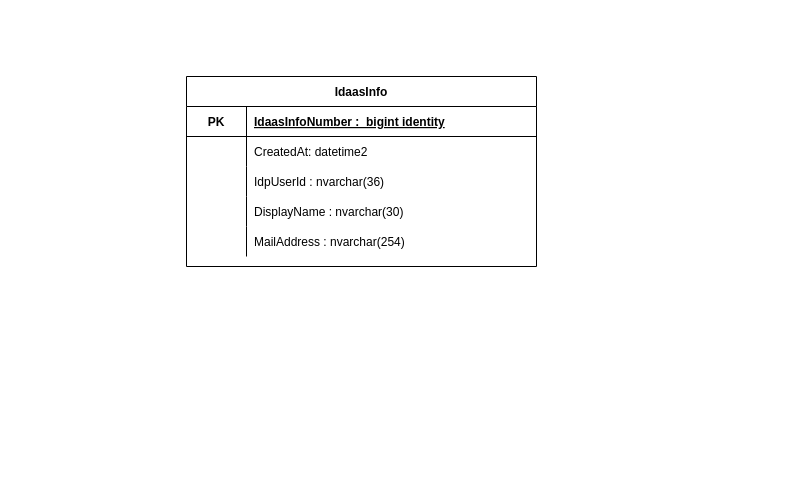
AlterEnter/UsedCar.Backend keeps this draw.io diagram as docs/persistence-modeling/er-diagram.drawio. Above is the earlier version. Source tidied: cells renumbered, new cells numbered last; positions are measured from the earlier drawing's top-left corner, leaving out a move shared by most shapes. Both pictures are drawn from the tidied source at 100%, with x=0, y=0 at pixel (36, 16).
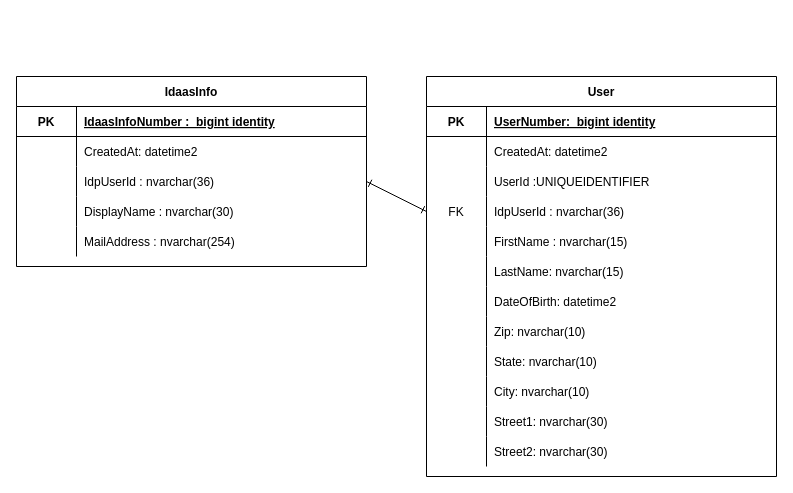
The same diagram, later.

Commit message (it also covers changes not shown here):
Userテーブル作成、ER図修正

Unchanged cells that the change refers to:
```xml
<mxCell id="11" style="shape=partialRectangle;fillColor=none;top=0;left=0;bottom=0;right=0;points=[[0,0.5],[1,0.5]];portConstraint=eastwest;" parent="4" vertex="1">
  <mxGeometry y="90" width="350" height="30" as="geometry" />
</mxCell>
```

The edit, as a diff of the source:
```diff
@@
     <mxCell id="4" value="IdaasInfo" style="shape=table;startSize=30;childLayout=tableLayout;rowLines=0;fontStyle=1;align=center;" parent="1" vertex="1">
-      <mxGeometry x="150" y="60" width="350" height="190" as="geometry" />
+      <mxGeometry x="-20" y="60" width="350" height="190" as="geometry" />
     </mxCell>
@@
+    <mxCell id="20" value="User" style="shape=table;startSize=30;childLayout=tableLayout;rowLines=0;fontStyle=1;align=center;" parent="1" vertex="1">
+      <mxGeometry x="390" y="60" width="350" height="400" as="geometry" />
+    </mxCell>
+    <mxCell id="21" style="shape=partialRectangle;fillColor=none;top=0;left=0;bottom=1;right=0;" parent="20" vertex="1">
+      <mxGeometry y="30" width="350" height="30" as="geometry" />
+    </mxCell>
+    <mxCell id="22" value="PK" style="shape=partialRectangle;fillColor=none;top=0;left=0;bottom=0;right=0;fontStyle=1;overflow=hidden;" parent="21" vertex="1">
+      <mxGeometry width="60" height="30" as="geometry" />
+    </mxCell>
+    <mxCell id="23" value="UserNumber:  bigint identity" style="shape=partialRectangle;fillColor=none;top=0;left=0;bottom=0;right=0;align=left;spacingLeft=6;fontStyle=5;overflow=hidden;" parent="21" vertex="1">
+      <mxGeometry x="60" width="290" height="30" as="geometry" />
+    </mxCell>
+    <mxCell id="24" style="shape=partialRectangle;fillColor=none;top=0;left=0;bottom=0;right=0;" parent="20" vertex="1">
+      <mxGeometry y="60" width="350" height="30" as="geometry" />
+    </mxCell>
+    <mxCell id="25" style="shape=partialRectangle;fillColor=none;top=0;left=0;bottom=0;right=0;overflow=hidden;" parent="24" vertex="1">
+      <mxGeometry width="60" height="30" as="geometry" />
+    </mxCell>
+    <mxCell id="26" value="CreatedAt: datetime2" style="shape=partialRectangle;fillColor=none;top=0;left=0;bottom=0;right=0;align=left;spacingLeft=6;overflow=hidden;" parent="24" vertex="1">
+      <mxGeometry x="60" width="290" height="30" as="geometry" />
+    </mxCell>
+    <mxCell id="27" style="shape=partialRectangle;fillColor=none;top=0;left=0;bottom=0;right=0;" parent="20" vertex="1">
+      <mxGeometry y="90" width="350" height="30" as="geometry" />
+    </mxCell>
+    <mxCell id="28" style="shape=partialRectangle;fillColor=none;top=0;left=0;bottom=0;right=0;overflow=hidden;" parent="27" vertex="1">
+      <mxGeometry width="60" height="30" as="geometry" />
+    </mxCell>
+    <mxCell id="29" value="UserId :UNIQUEIDENTIFIER" style="shape=partialRectangle;fillColor=none;top=0;left=0;bottom=0;right=0;align=left;spacingLeft=6;overflow=hidden;" parent="27" vertex="1">
+      <mxGeometry x="60" width="290" height="30" as="geometry" />
+    </mxCell>
+    <mxCell id="30" style="shape=partialRectangle;fillColor=none;top=0;left=0;bottom=0;right=0;points=[[0,0.5],[1,0.5]];portConstraint=eastwest;" parent="20" vertex="1">
+      <mxGeometry y="120" width="350" height="30" as="geometry" />
+    </mxCell>
+    <mxCell id="31" value="FK" style="shape=partialRectangle;fillColor=none;top=0;left=0;bottom=0;right=0;overflow=hidden;" parent="30" vertex="1">
+      <mxGeometry width="60" height="30" as="geometry" />
+    </mxCell>
+    <mxCell id="32" value="IdpUserId : nvarchar(36)" style="shape=partialRectangle;fillColor=none;top=0;left=0;bottom=0;right=0;align=left;spacingLeft=6;overflow=hidden;" parent="30" vertex="1">
+      <mxGeometry x="60" width="290" height="30" as="geometry" />
+    </mxCell>
+    <mxCell id="33" style="shape=partialRectangle;fillColor=none;top=0;left=0;bottom=0;right=0;" parent="20" vertex="1">
+      <mxGeometry y="150" width="350" height="30" as="geometry" />
+    </mxCell>
+    <mxCell id="34" style="shape=partialRectangle;fillColor=none;top=0;left=0;bottom=0;right=0;overflow=hidden;" parent="33" vertex="1">
+      <mxGeometry width="60" height="30" as="geometry" />
+    </mxCell>
+    <mxCell id="35" value="FirstName : nvarchar(15)" style="shape=partialRectangle;fillColor=none;top=0;left=0;bottom=0;right=0;align=left;spacingLeft=6;overflow=hidden;fontStyle=0;" parent="33" vertex="1">
+      <mxGeometry x="60" width="290" height="30" as="geometry" />
+    </mxCell>
+    <mxCell id="36" style="shape=partialRectangle;fillColor=none;top=0;left=0;bottom=0;right=0;" parent="20" vertex="1">
+      <mxGeometry y="180" width="350" height="30" as="geometry" />
+    </mxCell>
+    <mxCell id="37" style="shape=partialRectangle;fillColor=none;top=0;left=0;bottom=0;right=0;overflow=hidden;" parent="36" vertex="1">
+      <mxGeometry width="60" height="30" as="geometry" />
+    </mxCell>
+    <mxCell id="38" value="LastName: nvarchar(15)" style="shape=partialRectangle;fillColor=none;top=0;left=0;bottom=0;right=0;align=left;spacingLeft=6;overflow=hidden;" parent="36" vertex="1">
+      <mxGeometry x="60" width="290" height="30" as="geometry" />
+    </mxCell>
+    <mxCell id="39" style="shape=partialRectangle;fillColor=none;top=0;left=0;bottom=0;right=0;" parent="20" vertex="1">
+      <mxGeometry y="210" width="350" height="30" as="geometry" />
+    </mxCell>
+    <mxCell id="40" style="shape=partialRectangle;fillColor=none;top=0;left=0;bottom=0;right=0;overflow=hidden;" parent="39" vertex="1">
+      <mxGeometry width="60" height="30" as="geometry" />
+    </mxCell>
+    <mxCell id="41" value="DateOfBirth: datetime2" style="shape=partialRectangle;fillColor=none;top=0;left=0;bottom=0;right=0;align=left;spacingLeft=6;overflow=hidden;fontStyle=0;" parent="39" vertex="1">
+      <mxGeometry x="60" width="290" height="30" as="geometry" />
+    </mxCell>
+    <mxCell id="42" style="shape=partialRectangle;fillColor=none;top=0;left=0;bottom=0;right=0;" parent="20" vertex="1">
+      <mxGeometry y="240" width="350" height="30" as="geometry" />
+    </mxCell>
+    <mxCell id="43" style="shape=partialRectangle;fillColor=none;top=0;left=0;bottom=0;right=0;overflow=hidden;" parent="42" vertex="1">
+      <mxGeometry width="60" height="30" as="geometry" />
+    </mxCell>
+    <mxCell id="44" value="Zip: nvarchar(10)" style="shape=partialRectangle;fillColor=none;top=0;left=0;bottom=0;right=0;align=left;spacingLeft=6;overflow=hidden;fontStyle=0;" parent="42" vertex="1">
+      <mxGeometry x="60" width="290" height="30" as="geometry" />
+    </mxCell>
+    <mxCell id="45" style="shape=partialRectangle;fillColor=none;top=0;left=0;bottom=0;right=0;" parent="20" vertex="1">
+      <mxGeometry y="270" width="350" height="30" as="geometry" />
+    </mxCell>
+    <mxCell id="46" style="shape=partialRectangle;fillColor=none;top=0;left=0;bottom=0;right=0;overflow=hidden;" parent="45" vertex="1">
+      <mxGeometry width="60" height="30" as="geometry" />
+    </mxCell>
+    <mxCell id="47" value="State: nvarchar(10)" style="shape=partialRectangle;fillColor=none;top=0;left=0;bottom=0;right=0;align=left;spacingLeft=6;overflow=hidden;fontStyle=0;" parent="45" vertex="1">
+      <mxGeometry x="60" width="290" height="30" as="geometry" />
+    </mxCell>
+    <mxCell id="48" style="shape=partialRectangle;fillColor=none;top=0;left=0;bottom=0;right=0;" parent="20" vertex="1">
+      <mxGeometry y="300" width="350" height="30" as="geometry" />
+    </mxCell>
+    <mxCell id="49" style="shape=partialRectangle;fillColor=none;top=0;left=0;bottom=0;right=0;overflow=hidden;" parent="48" vertex="1">
+      <mxGeometry width="60" height="30" as="geometry" />
+    </mxCell>
+    <mxCell id="50" value="City: nvarchar(10)" style="shape=partialRectangle;fillColor=none;top=0;left=0;bottom=0;right=0;align=left;spacingLeft=6;overflow=hidden;fontStyle=0;" parent="48" vertex="1">
+      <mxGeometry x="60" width="290" height="30" as="geometry" />
+    </mxCell>
+    <mxCell id="51" style="shape=partialRectangle;fillColor=none;top=0;left=0;bottom=0;right=0;" parent="20" vertex="1">
+      <mxGeometry y="330" width="350" height="30" as="geometry" />
+    </mxCell>
+    <mxCell id="52" style="shape=partialRectangle;fillColor=none;top=0;left=0;bottom=0;right=0;overflow=hidden;" parent="51" vertex="1">
+      <mxGeometry width="60" height="30" as="geometry" />
+    </mxCell>
+    <mxCell id="53" value="Street1: nvarchar(30)" style="shape=partialRectangle;fillColor=none;top=0;left=0;bottom=0;right=0;align=left;spacingLeft=6;overflow=hidden;fontStyle=0;" parent="51" vertex="1">
+      <mxGeometry x="60" width="290" height="30" as="geometry" />
+    </mxCell>
+    <mxCell id="54" style="shape=partialRectangle;fillColor=none;top=0;left=0;bottom=0;right=0;" parent="20" vertex="1">
+      <mxGeometry y="360" width="350" height="30" as="geometry" />
+    </mxCell>
+    <mxCell id="55" style="shape=partialRectangle;fillColor=none;top=0;left=0;bottom=0;right=0;overflow=hidden;" parent="54" vertex="1">
+      <mxGeometry width="60" height="30" as="geometry" />
+    </mxCell>
+    <mxCell id="56" value="Street2: nvarchar(30)" style="shape=partialRectangle;fillColor=none;top=0;left=0;bottom=0;right=0;align=left;spacingLeft=6;overflow=hidden;fontStyle=0;" parent="54" vertex="1">
+      <mxGeometry x="60" width="290" height="30" as="geometry" />
+    </mxCell>
+    <mxCell id="57" style="edgeStyle=none;html=1;exitX=1;exitY=0.5;exitDx=0;exitDy=0;entryX=0;entryY=0.5;entryDx=0;entryDy=0;startArrow=ERone;startFill=0;endArrow=ERone;endFill=0;" parent="1" edge="1" source="11" target="30">
+      <mxGeometry relative="1" as="geometry" />
+    </mxCell>
```
